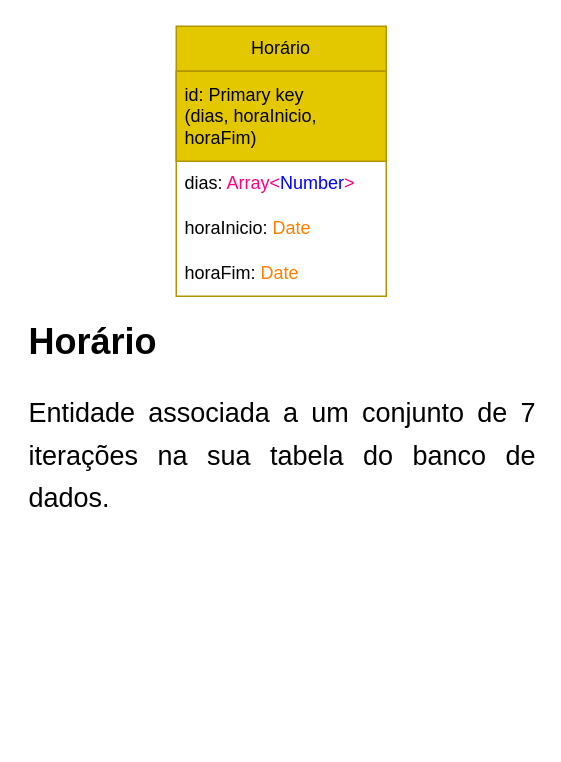
This is page "Horário" (4 of 5) of documentação/ideias/diagrama_de_projeto.drawio from Creath-Noite-A/Agendamento-Documentacao, a draw.io file, before an edit. Source tidied: cells renumbered, new cells numbered last; positions are measured from the earlier drawing's top-left corner, leaving out a move shared by most shapes. Both pictures are drawn from the tidied source at 150%, with x=0, y=0 at pixel (26, 26).
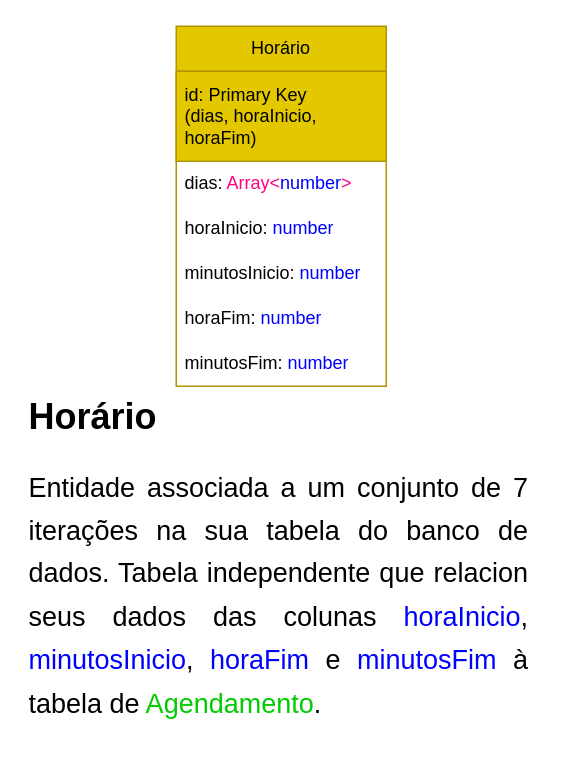
The same diagram, later.

What changed in the source:
```diff
@@
 <mxGraphModel>
   <root>
     <mxCell id="0" />
     <mxCell id="1" parent="0" />
     <mxCell id="2" value="Horário" style="swimlane;fontStyle=0;horizontal=1;startSize=30;whiteSpace=wrap;html=1;fillColor=#e3c800;strokeColor=#B09500;fontColor=#000000;" parent="1" vertex="1">
-      <mxGeometry x="100" width="140" height="180" as="geometry" />
+      <mxGeometry x="100" width="140" height="240" as="geometry" />
     </mxCell>
-    <mxCell id="3" value="id: Primary key (&lt;font&gt;dias&lt;/font&gt;,&amp;nbsp;&lt;font&gt;horaInicio, horaFim)&lt;/font&gt;" style="text;strokeColor=#B09500;fillColor=#e3c800;align=left;verticalAlign=middle;spacingLeft=4;spacingRight=4;overflow=hidden;whiteSpace=wrap;html=1;fontColor=#000000;" parent="2" vertex="1">
+    <mxCell id="3" value="id: Primary Key (&lt;font&gt;dias&lt;/font&gt;,&amp;nbsp;&lt;font&gt;horaInicio, horaFim)&lt;/font&gt;" style="text;strokeColor=#B09500;fillColor=#e3c800;align=left;verticalAlign=middle;spacingLeft=4;spacingRight=4;overflow=hidden;whiteSpace=wrap;html=1;fontColor=#000000;" parent="2" vertex="1">
       <mxGeometry y="30" width="140" height="60" as="geometry" />
     </mxCell>
-    <mxCell id="4" value="dias: &lt;font color=&quot;#ff0080&quot;&gt;Array&amp;lt;&lt;/font&gt;&lt;font color=&quot;#0000ff&quot;&gt;Number&lt;/font&gt;&lt;font color=&quot;#ff0080&quot;&gt;&amp;gt;&lt;/font&gt;" style="text;strokeColor=none;fillColor=none;align=left;verticalAlign=middle;spacingLeft=4;spacingRight=4;overflow=hidden;whiteSpace=wrap;html=1;" parent="2" vertex="1">
+    <mxCell id="4" value="dias: &lt;font color=&quot;#ff0080&quot;&gt;Array&amp;lt;&lt;/font&gt;&lt;font color=&quot;#0000ff&quot;&gt;number&lt;/font&gt;&lt;font color=&quot;#ff0080&quot;&gt;&amp;gt;&lt;/font&gt;" style="text;strokeColor=none;fillColor=none;align=left;verticalAlign=middle;spacingLeft=4;spacingRight=4;overflow=hidden;whiteSpace=wrap;html=1;" parent="2" vertex="1">
       <mxGeometry y="90" width="140" height="30" as="geometry" />
     </mxCell>
-    <mxCell id="5" value="horaInicio: &lt;font color=&quot;#ff8000&quot;&gt;Date&lt;/font&gt;" style="text;strokeColor=none;fillColor=none;align=left;verticalAlign=middle;spacingLeft=4;spacingRight=4;overflow=hidden;whiteSpace=wrap;html=1;" parent="2" vertex="1">
+    <mxCell id="5" value="horaInicio: &lt;font color=&quot;#0000ff&quot;&gt;number&lt;/font&gt;" style="text;strokeColor=none;fillColor=none;align=left;verticalAlign=middle;spacingLeft=4;spacingRight=4;overflow=hidden;whiteSpace=wrap;html=1;" parent="2" vertex="1">
       <mxGeometry y="120" width="140" height="30" as="geometry" />
     </mxCell>
+    <mxCell id="8" value="minutosInicio: &lt;font color=&quot;#0000ff&quot;&gt;number&lt;/font&gt;" style="text;strokeColor=none;fillColor=none;align=left;verticalAlign=middle;spacingLeft=4;spacingRight=4;overflow=hidden;whiteSpace=wrap;html=1;" parent="2" vertex="1">
+      <mxGeometry y="150" width="140" height="30" as="geometry" />
+    </mxCell>
-    <mxCell id="6" value="horaFim: &lt;font color=&quot;#ff8000&quot;&gt;Date&lt;/font&gt;" style="text;strokeColor=none;fillColor=none;align=left;verticalAlign=middle;spacingLeft=4;spacingRight=4;overflow=hidden;whiteSpace=wrap;html=1;" parent="2" vertex="1">
-      <mxGeometry y="150" width="140" height="30" as="geometry" />
+    <mxCell id="6" value="horaFim:&amp;nbsp;&lt;span style=&quot;color: rgb(0, 0, 255);&quot;&gt;number&lt;/span&gt;" style="text;strokeColor=none;fillColor=none;align=left;verticalAlign=middle;spacingLeft=4;spacingRight=4;overflow=hidden;whiteSpace=wrap;html=1;" parent="2" vertex="1">
+      <mxGeometry y="180" width="140" height="30" as="geometry" />
     </mxCell>
+    <mxCell id="9" value="minutosFim:&amp;nbsp;&lt;span style=&quot;color: rgb(0, 0, 255);&quot;&gt;number&lt;/span&gt;" style="text;strokeColor=none;fillColor=none;align=left;verticalAlign=middle;spacingLeft=4;spacingRight=4;overflow=hidden;whiteSpace=wrap;html=1;" parent="2" vertex="1">
+      <mxGeometry y="210" width="140" height="30" as="geometry" />
+    </mxCell>
-    <mxCell id="7" value="&lt;h1 style=&quot;text-align: justify; margin-top: 0px;&quot;&gt;&lt;span style=&quot;background-color: initial;&quot;&gt;Horário&lt;/span&gt;&lt;/h1&gt;&lt;h1 style=&quot;text-align: justify; margin-top: 0px;&quot;&gt;&lt;span style=&quot;font-size: 18px; background-color: initial; font-weight: normal;&quot;&gt;Entidade associada a um conjunto de 7 iterações na sua tabela do banco de dados.&lt;/span&gt;&lt;br&gt;&lt;/h1&gt;" style="text;html=1;whiteSpace=wrap;overflow=hidden;rounded=0;" parent="1" vertex="1">
-      <mxGeometry y="190" width="340" height="210" as="geometry" />
+    <mxCell id="7" value="&lt;h1 style=&quot;text-align: justify; margin-top: 0px;&quot;&gt;&lt;span style=&quot;background-color: initial;&quot;&gt;Horário&lt;/span&gt;&lt;/h1&gt;&lt;h1 style=&quot;text-align: justify; margin-top: 0px;&quot;&gt;&lt;span style=&quot;font-size: 18px; background-color: initial; font-weight: normal;&quot;&gt;Entidade associada a um conjunto de 7 iterações na sua tabela do banco de dados. Tabela independente que relacion seus dados das colunas&amp;nbsp;&lt;font color=&quot;#0000ff&quot;&gt;horaInicio&lt;/font&gt;,&lt;font color=&quot;#0000ff&quot;&gt; minutosInicio&lt;/font&gt;, &lt;font color=&quot;#0000ff&quot;&gt;horaFim&lt;/font&gt; e &lt;font color=&quot;#0000ff&quot;&gt;minutosFim&lt;/font&gt;&amp;nbsp;à tabela de &lt;font color=&quot;#00cc00&quot;&gt;Agendamento&lt;/font&gt;.&lt;/span&gt;&lt;br&gt;&lt;/h1&gt;" style="text;html=1;whiteSpace=wrap;overflow=hidden;rounded=0;" parent="1" vertex="1">
+      <mxGeometry y="240" width="335" height="230" as="geometry" />
     </mxCell>
   </root>
 </mxGraphModel>
```
